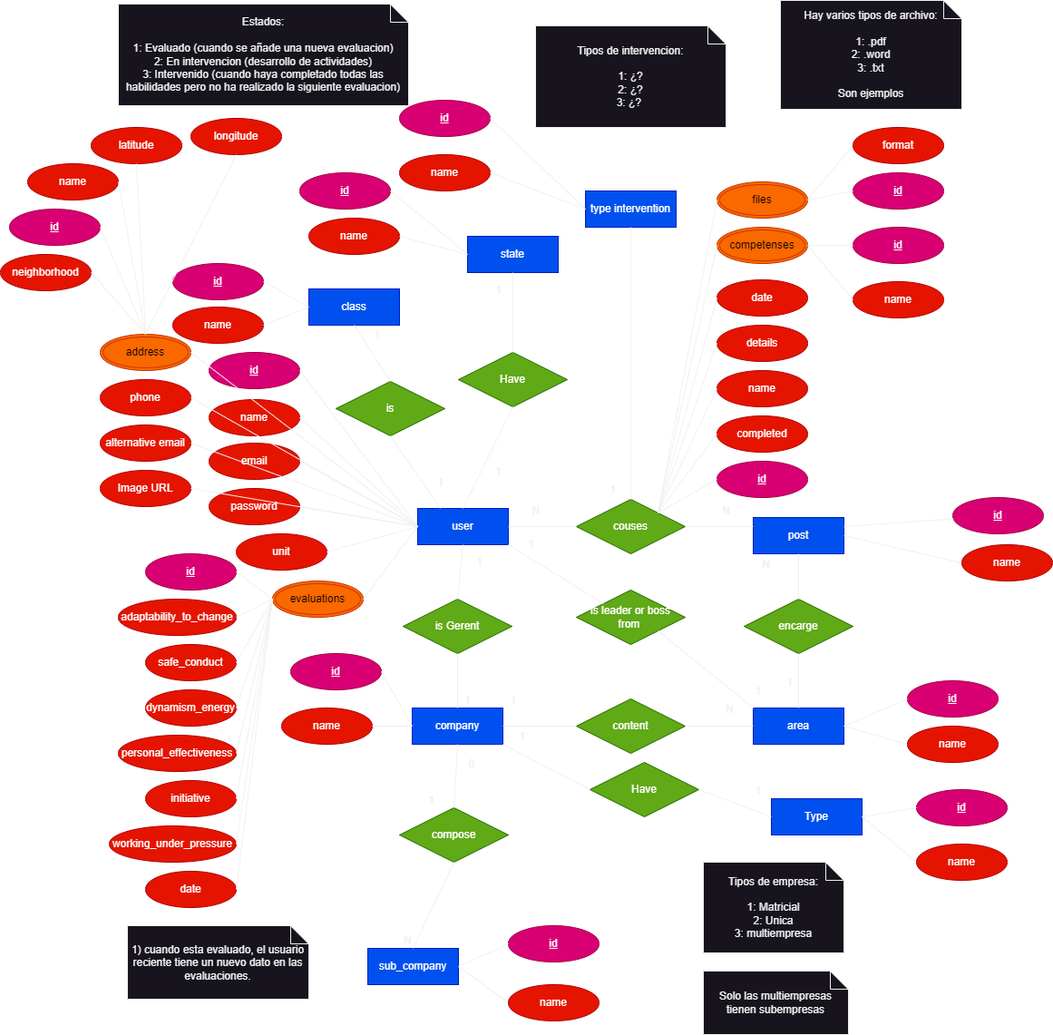
Before: theory/image DB.png, a diagram exported from draw.io (LosTraicionados/LosTraicionados-Backend). Source tidied: cells renumbered, new cells last; positions are measured from the earlier drawing's top-left corner, leaving out a move shared by most shapes.
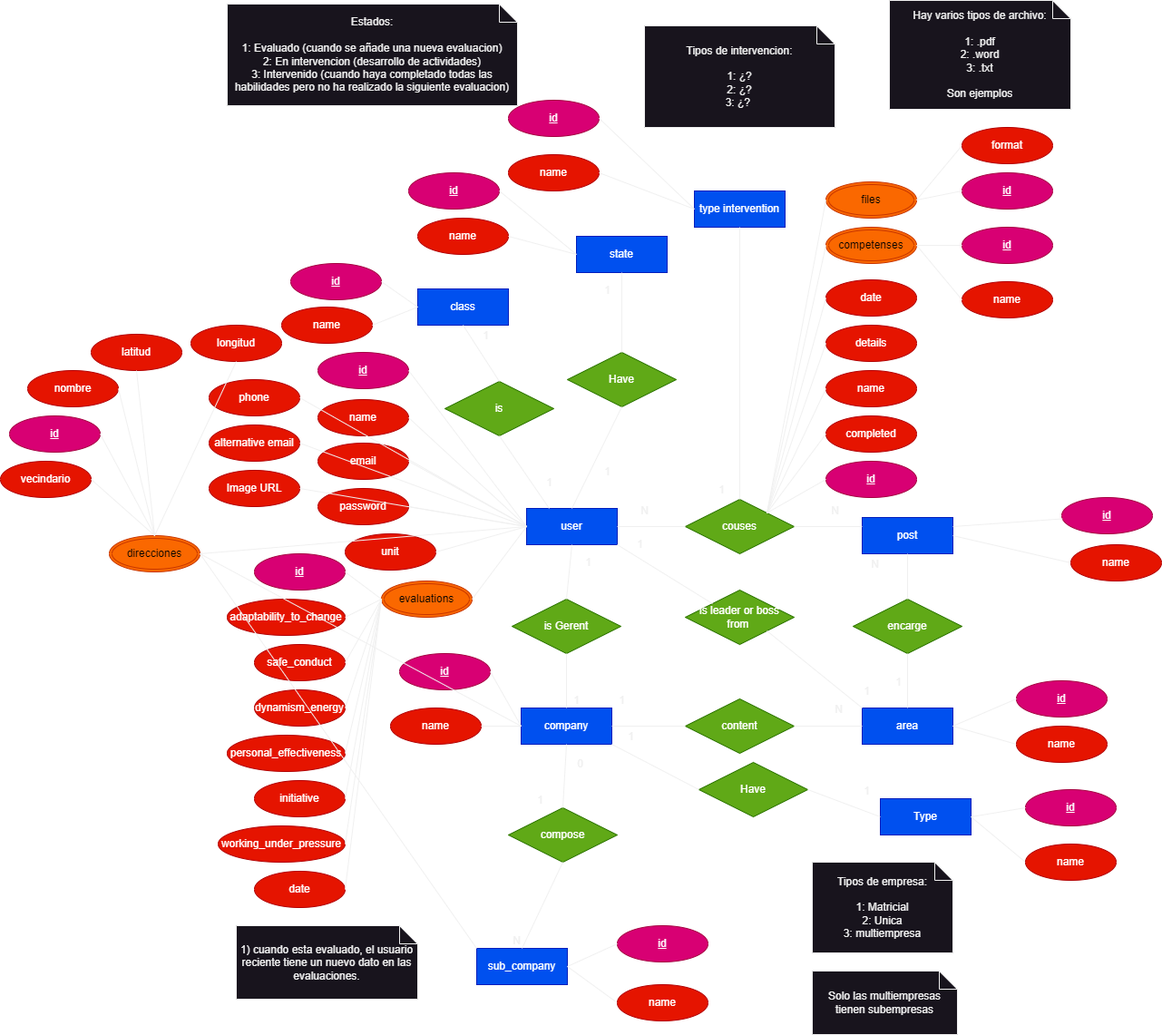
Above is the later version.

Change to the diagram source:
```diff
@@ -380,7 +380,7 @@
       <mxGeometry x="420" y="378" as="geometry" />
     </mxCell>
     <mxCell id="127" value="id" style="ellipse;whiteSpace=wrap;html=1;align=center;fontStyle=4;fillColor=#d80073;fontColor=#ffffff;strokeColor=#A50040;" parent="1" vertex="1">
-      <mxGeometry x="190" y="290" width="100" height="40" as="geometry" />
+      <mxGeometry x="200" y="290" width="100" height="40" as="geometry" />
     </mxCell>
     <mxCell id="128" value="name" style="ellipse;whiteSpace=wrap;html=1;align=center;fillColor=#e51400;fontColor=#ffffff;strokeColor=#B20000;fontStyle=0;" parent="1" vertex="1">
       <mxGeometry x="190" y="338" width="100" height="40" as="geometry" />
@@ -459,26 +459,26 @@
     <mxCell id="152" style="endArrow=none;html=1;rounded=0;exitX=1;exitY=0.5;exitDx=0;exitDy=0;entryX=0;entryY=0.5;entryDx=0;entryDy=0;" parent="1" edge="1" source="148" target="2">
       <mxGeometry relative="1" as="geometry" />
     </mxCell>
-    <mxCell id="153" value="address" style="ellipse;shape=doubleEllipse;margin=3;whiteSpace=wrap;html=1;align=center;fillColor=#fa6800;fontColor=#000000;strokeColor=#C73500;" parent="1" vertex="1">
-      <mxGeometry x="110" y="368" width="100" height="40" as="geometry" />
+    <mxCell id="153" value="direcciones" style="ellipse;shape=doubleEllipse;margin=3;whiteSpace=wrap;html=1;align=center;fillColor=#fa6800;fontColor=#000000;strokeColor=#C73500;" parent="1" vertex="1">
+      <mxGeometry y="590" width="100" height="40" as="geometry" />
     </mxCell>
     <mxCell id="154" style="endArrow=none;html=1;rounded=0;exitX=1;exitY=0.5;exitDx=0;exitDy=0;entryX=0;entryY=0.5;entryDx=0;entryDy=0;" parent="1" edge="1" source="153" target="2">
       <mxGeometry relative="1" as="geometry" />
     </mxCell>
-    <mxCell id="155" value="latitude" style="ellipse;whiteSpace=wrap;html=1;align=center;fillColor=#e51400;fontColor=#ffffff;strokeColor=#B20000;fontStyle=0;" parent="1" vertex="1">
-      <mxGeometry x="100" y="140" width="100" height="40" as="geometry" />
+    <mxCell id="155" value="latitud" style="ellipse;whiteSpace=wrap;html=1;align=center;fillColor=#e51400;fontColor=#ffffff;strokeColor=#B20000;fontStyle=0;" parent="1" vertex="1">
+      <mxGeometry x="-20" y="368" width="100" height="40" as="geometry" />
     </mxCell>
-    <mxCell id="156" value="longitude" style="ellipse;whiteSpace=wrap;html=1;align=center;fillColor=#e51400;fontColor=#ffffff;strokeColor=#B20000;fontStyle=0;" parent="1" vertex="1">
-      <mxGeometry x="210" y="130" width="100" height="40" as="geometry" />
+    <mxCell id="156" value="longitud" style="ellipse;whiteSpace=wrap;html=1;align=center;fillColor=#e51400;fontColor=#ffffff;strokeColor=#B20000;fontStyle=0;" parent="1" vertex="1">
+      <mxGeometry x="90" y="358" width="100" height="40" as="geometry" />
     </mxCell>
-    <mxCell id="157" value="name" style="ellipse;whiteSpace=wrap;html=1;align=center;fillColor=#e51400;fontColor=#ffffff;strokeColor=#B20000;fontStyle=0;" parent="1" vertex="1">
-      <mxGeometry x="30" y="180" width="100" height="40" as="geometry" />
+    <mxCell id="157" value="nombre" style="ellipse;whiteSpace=wrap;html=1;align=center;fillColor=#e51400;fontColor=#ffffff;strokeColor=#B20000;fontStyle=0;" parent="1" vertex="1">
+      <mxGeometry x="-90" y="408" width="100" height="40" as="geometry" />
     </mxCell>
     <mxCell id="158" value="id" style="ellipse;whiteSpace=wrap;html=1;align=center;fontStyle=4;fillColor=#d80073;fontColor=#ffffff;strokeColor=#A50040;" parent="1" vertex="1">
-      <mxGeometry x="10" y="230" width="100" height="40" as="geometry" />
+      <mxGeometry x="-110" y="458" width="100" height="40" as="geometry" />
     </mxCell>
-    <mxCell id="159" value="neighborhood" style="ellipse;whiteSpace=wrap;html=1;align=center;fillColor=#e51400;fontColor=#ffffff;strokeColor=#B20000;fontStyle=0;" parent="1" vertex="1">
-      <mxGeometry y="280" width="100" height="40" as="geometry" />
+    <mxCell id="159" value="vecindario" style="ellipse;whiteSpace=wrap;html=1;align=center;fillColor=#e51400;fontColor=#ffffff;strokeColor=#B20000;fontStyle=0;" parent="1" vertex="1">
+      <mxGeometry x="-120" y="508" width="100" height="40" as="geometry" />
     </mxCell>
     <mxCell id="160" style="endArrow=none;html=1;rounded=0;entryX=0.5;entryY=1;entryDx=0;entryDy=0;exitX=0.5;exitY=0;exitDx=0;exitDy=0;" parent="1" edge="1" source="153" target="156">
       <mxGeometry relative="1" as="geometry" />
@@ -495,5 +495,11 @@
     <mxCell id="164" style="endArrow=none;html=1;rounded=0;entryX=1;entryY=0.5;entryDx=0;entryDy=0;exitX=0.5;exitY=0;exitDx=0;exitDy=0;" parent="1" edge="1" source="153" target="159">
       <mxGeometry relative="1" as="geometry" />
     </mxCell>
+    <mxCell id="165" style="endArrow=none;html=1;rounded=0;entryX=0;entryY=0.5;entryDx=0;entryDy=0;exitX=1;exitY=0.5;exitDx=0;exitDy=0;" parent="1" edge="1" source="153" target="7">
+      <mxGeometry relative="1" as="geometry" />
+    </mxCell>
+    <mxCell id="166" style="endArrow=none;html=1;rounded=0;exitX=1;exitY=0.5;exitDx=0;exitDy=0;entryX=0;entryY=0;entryDx=0;entryDy=0;" parent="1" edge="1" source="153" target="18">
+      <mxGeometry relative="1" as="geometry" />
+    </mxCell>
   </root>
 </mxGraphModel>
```
